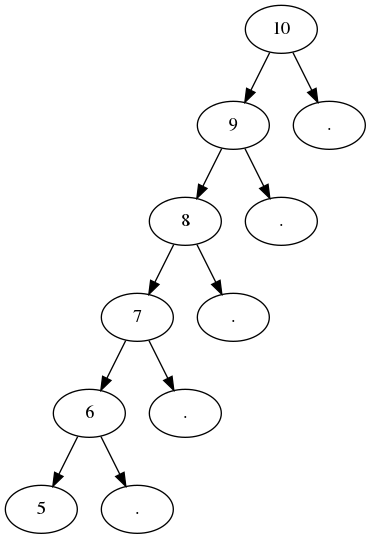
Earlier version of the Graphviz export COURS/M1/SEMESTRE2/ALGO/tree.dot.png (bros-bioinfo/bros-bioinfo.github.io). Its source is kept beside it as COURS/M1/SEMESTRE2/ALGO/tree.dot.
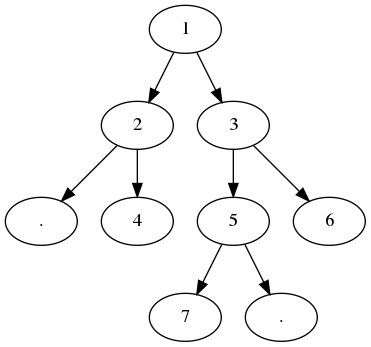
Later version of the same file.

The edit, as a diff of the source:
```diff
@@ -1,25 +1,21 @@
 digraph G{
 	graph [ordering="out"];
-	n10 [ label="10" ];
-	n9 [ label="9" ];
-	n8 [ label="8" ];
+	n1 [ label="1" ];
+	n2 [ label="2" ];
+	null1 [ label="." ];
+	n4 [ label="4" ];
+	n3 [ label="3" ];
+	n5 [ label="5" ];
 	n7 [ label="7" ];
+	null2 [ label="." ];
 	n6 [ label="6" ];
-	n5 [ label="5" ];
-	null1 [ label="." ];
-	null2 [ label="." ];
-	null3 [ label="." ];
-	null4 [ label="." ];
-	null5 [ label="." ];
 
-	n10 -> n9;
-	n9 -> n8;
-	n8 -> n7;
-	n7 -> n6;
-	n6 -> n5;
-	n6 -> null1;
-	n7 -> null2;
-	n8 -> null3;
-	n9 -> null4;
-	n10 -> null5;
+	n1 -> n2;
+	n2 -> null1;
+	n2 -> n4;
+	n1 -> n3;
+	n3 -> n5;
+	n5 -> n7;
+	n5 -> null2;
+	n3 -> n6;
 }
```
